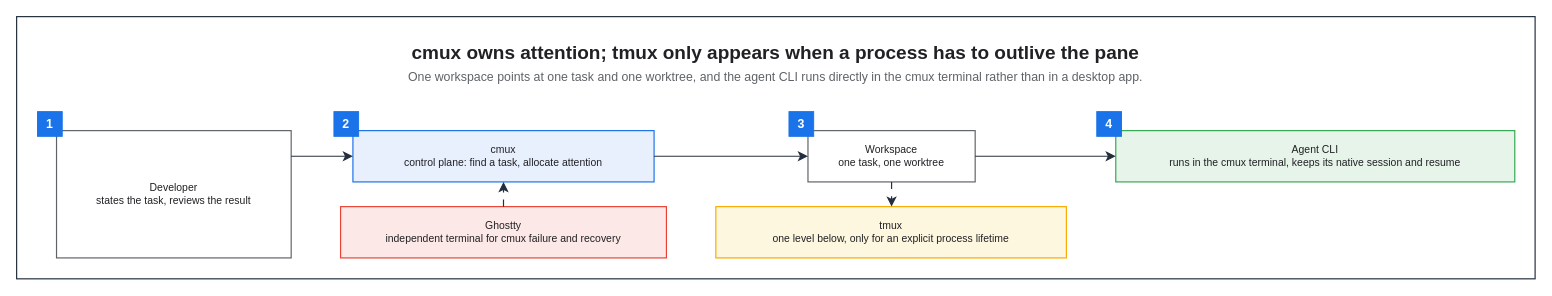
This is assets/img/ai/agentic-development-workspace.drawio from KKamJi98/kkamji98.github.io, a draw.io file, before an edit. Source tidied: cells renumbered, new cells numbered last; positions are measured from the earlier drawing's top-left corner, leaving out a move shared by most shapes. Both pictures are drawn from the tidied source at 95%, with x=0, y=0 at pixel (16, 16).
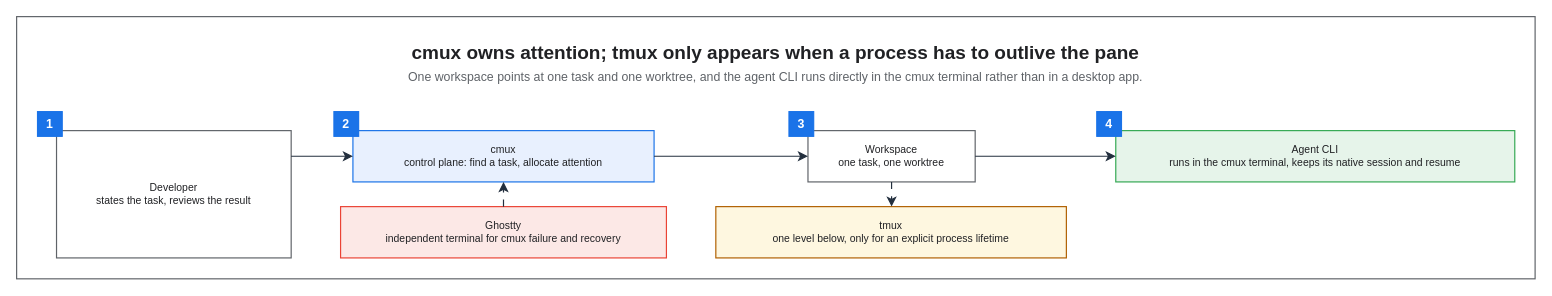
The same diagram, later.

What changed in the source:
```diff
@@
 <mxGraphModel background="#FFFFFF">
   <root>
     <mxCell id="0" />
     <mxCell id="1" parent="0" />
-    <mxCell id="2" style="rounded=0;html=0;fillColor=none;strokeColor=#232F3E;fontColor=#202124;strokeWidth=1.25;" parent="1" vertex="1">
+    <mxCell id="2" style="rounded=0;html=0;fillColor=none;strokeColor=#5F6368;fontColor=#202124;strokeWidth=1.25;" parent="1" vertex="1">
       <mxGeometry width="1598.4" height="276" as="geometry" />
     </mxCell>
     <mxCell id="3" value="cmux owns attention; tmux only appears when a process has to outlive the pane" style="text;html=0;whiteSpace=wrap;fillColor=none;strokeColor=none;fontColor=#202124;fontSize=20;fontStyle=1;align=center;verticalAlign=middle;" parent="1" vertex="1">
       <mxGeometry x="22" y="22" width="1554.4" height="30" as="geometry" />
     </mxCell>
     <mxCell id="4" value="One workspace points at one task and one worktree, and the agent CLI runs directly in the cmux terminal rather than in a desktop app." style="text;html=0;whiteSpace=wrap;fillColor=none;strokeColor=none;fontColor=#5F6368;fontSize=13;fontStyle=0;align=center;verticalAlign=middle;" parent="1" vertex="1">
       <mxGeometry x="22" y="52" width="1554.4" height="22" as="geometry" />
     </mxCell>
     <mxCell id="5" value="Developer&#10;states the task, reviews the result" style="rounded=0;whiteSpace=wrap;html=0;fillColor=#FFFFFF;strokeColor=#5F6368;fontColor=#202124;fontSize=11;fontStyle=0;align=center;verticalAlign=middle;spacingLeft=6;spacingRight=6;strokeWidth=1.25;" parent="1" vertex="1">
       <mxGeometry x="42" y="120" width="247" height="134" as="geometry" />
     </mxCell>
     <mxCell id="6" value="cmux&#10;control plane: find a task, allocate attention" style="rounded=0;whiteSpace=wrap;html=0;fillColor=#E8F0FE;strokeColor=#1A73E8;fontColor=#202124;fontSize=11;fontStyle=0;align=center;verticalAlign=middle;spacingLeft=6;spacingRight=6;strokeWidth=1.25;" parent="1" vertex="1">
       <mxGeometry x="354" y="120" width="317" height="54" as="geometry" />
     </mxCell>
     <mxCell id="7" value="Workspace&#10;one task, one worktree" style="rounded=0;whiteSpace=wrap;html=0;fillColor=#FFFFFF;strokeColor=#5F6368;fontColor=#202124;fontSize=11;fontStyle=0;align=center;verticalAlign=middle;spacingLeft=6;spacingRight=6;strokeWidth=1.25;" parent="1" vertex="1">
       <mxGeometry x="833" y="120" width="176" height="54" as="geometry" />
     </mxCell>
     <mxCell id="8" value="Agent CLI&#10;runs in the cmux terminal, keeps its native session and resume" style="rounded=0;whiteSpace=wrap;html=0;fillColor=#E6F4EA;strokeColor=#34A853;fontColor=#202124;fontSize=11;fontStyle=0;align=center;verticalAlign=middle;spacingLeft=6;spacingRight=6;strokeWidth=1.25;" parent="1" vertex="1">
       <mxGeometry x="1157" y="120" width="420" height="54" as="geometry" />
     </mxCell>
-    <mxCell id="9" value="tmux&#10;one level below, only for an explicit process lifetime" style="rounded=0;whiteSpace=wrap;html=0;fillColor=#FEF7E0;strokeColor=#F9AB00;fontColor=#202124;fontSize=11;fontStyle=0;align=center;verticalAlign=middle;spacingLeft=6;spacingRight=6;strokeWidth=1.25;" parent="1" vertex="1">
+    <mxCell id="9" value="tmux&#10;one level below, only for an explicit process lifetime" style="rounded=0;whiteSpace=wrap;html=0;fillColor=#FEF7E0;strokeColor=#B06000;fontColor=#202124;fontSize=11;fontStyle=0;align=center;verticalAlign=middle;spacingLeft=6;spacingRight=6;strokeWidth=1.25;" parent="1" vertex="1">
       <mxGeometry x="736" y="200" width="369" height="54" as="geometry" />
     </mxCell>
     <mxCell id="10" value="Ghostty&#10;independent terminal for cmux failure and recovery" style="rounded=0;whiteSpace=wrap;html=0;fillColor=#FCE8E6;strokeColor=#EA4335;fontColor=#202124;fontSize=11;fontStyle=0;align=center;verticalAlign=middle;spacingLeft=6;spacingRight=6;strokeWidth=1.25;" parent="1" vertex="1">
       <mxGeometry x="341" y="200" width="343" height="54" as="geometry" />
     </mxCell>
-    <mxCell id="11" value="1" style="rounded=0;whiteSpace=wrap;html=0;fillColor=#1A73E8;strokeColor=#1A73E8;fontColor=#FFFFFF;fontSize=13;fontStyle=1;align=center;verticalAlign=middle;" parent="1" vertex="1">
+    <mxCell id="11" value="1" style="rounded=0;whiteSpace=wrap;html=0;fillColor=#1A73E8;strokeColor=#1A73E8;fontColor=#FFFFFF;fontSize=13;fontStyle=1;align=center;verticalAlign=middle;strokeWidth=1.25;" parent="1" vertex="1">
       <mxGeometry x="22" y="100" width="26" height="26" as="geometry" />
     </mxCell>
-    <mxCell id="12" value="2" style="rounded=0;whiteSpace=wrap;html=0;fillColor=#1A73E8;strokeColor=#1A73E8;fontColor=#FFFFFF;fontSize=13;fontStyle=1;align=center;verticalAlign=middle;" parent="1" vertex="1">
+    <mxCell id="12" value="2" style="rounded=0;whiteSpace=wrap;html=0;fillColor=#1A73E8;strokeColor=#1A73E8;fontColor=#FFFFFF;fontSize=13;fontStyle=1;align=center;verticalAlign=middle;strokeWidth=1.25;" parent="1" vertex="1">
       <mxGeometry x="334" y="100" width="26" height="26" as="geometry" />
     </mxCell>
-    <mxCell id="13" value="3" style="rounded=0;whiteSpace=wrap;html=0;fillColor=#1A73E8;strokeColor=#1A73E8;fontColor=#FFFFFF;fontSize=13;fontStyle=1;align=center;verticalAlign=middle;" parent="1" vertex="1">
+    <mxCell id="13" value="3" style="rounded=0;whiteSpace=wrap;html=0;fillColor=#1A73E8;strokeColor=#1A73E8;fontColor=#FFFFFF;fontSize=13;fontStyle=1;align=center;verticalAlign=middle;strokeWidth=1.25;" parent="1" vertex="1">
       <mxGeometry x="813" y="100" width="26" height="26" as="geometry" />
     </mxCell>
-    <mxCell id="14" value="4" style="rounded=0;whiteSpace=wrap;html=0;fillColor=#1A73E8;strokeColor=#1A73E8;fontColor=#FFFFFF;fontSize=13;fontStyle=1;align=center;verticalAlign=middle;" parent="1" vertex="1">
+    <mxCell id="14" value="4" style="rounded=0;whiteSpace=wrap;html=0;fillColor=#1A73E8;strokeColor=#1A73E8;fontColor=#FFFFFF;fontSize=13;fontStyle=1;align=center;verticalAlign=middle;strokeWidth=1.25;" parent="1" vertex="1">
       <mxGeometry x="1137" y="100" width="26" height="26" as="geometry" />
     </mxCell>
     <mxCell id="15" style="edgeStyle=orthogonalEdgeStyle;rounded=0;html=0;strokeColor=#232F3E;strokeWidth=1.25;endArrow=classic;endFill=1;endSize=7;fontSize=11;fontColor=#202124;labelBackgroundColor=none;jettySize=14;exitX=1;exitY=0.2015;entryX=0;entryY=0.5;exitDx=0;exitDy=0;entryDx=0;entryDy=0;" parent="1" edge="1" source="5" target="6">
       <mxGeometry relative="1" as="geometry" />
     </mxCell>
     <mxCell id="16" style="edgeStyle=orthogonalEdgeStyle;rounded=0;html=0;strokeColor=#232F3E;strokeWidth=1.25;endArrow=classic;endFill=1;endSize=7;fontSize=11;fontColor=#202124;labelBackgroundColor=none;jettySize=14;exitX=1;exitY=0.5;entryX=0;entryY=0.5;exitDx=0;exitDy=0;entryDx=0;entryDy=0;" parent="1" edge="1" source="6" target="7">
       <mxGeometry relative="1" as="geometry" />
     </mxCell>
     <mxCell id="17" style="edgeStyle=orthogonalEdgeStyle;rounded=0;html=0;strokeColor=#232F3E;strokeWidth=1.25;endArrow=classic;endFill=1;endSize=7;fontSize=11;fontColor=#202124;labelBackgroundColor=none;jettySize=14;exitX=1;exitY=0.5;entryX=0;entryY=0.5;exitDx=0;exitDy=0;entryDx=0;entryDy=0;" parent="1" edge="1" source="7" target="8">
       <mxGeometry relative="1" as="geometry" />
     </mxCell>
     <mxCell id="18" style="edgeStyle=orthogonalEdgeStyle;rounded=0;html=0;strokeColor=#232F3E;strokeWidth=1.25;endArrow=classic;endFill=1;endSize=7;fontSize=11;fontColor=#202124;labelBackgroundColor=none;jettySize=14;dashed=1;dashPattern=6 6;exitX=0.5;exitY=1;entryX=0.5014;entryY=0;exitDx=0;exitDy=0;entryDx=0;entryDy=0;" parent="1" edge="1" source="7" target="9">
       <mxGeometry relative="1" as="geometry" />
     </mxCell>
     <mxCell id="19" style="edgeStyle=orthogonalEdgeStyle;rounded=0;html=0;strokeColor=#232F3E;strokeWidth=1.25;endArrow=classic;endFill=1;endSize=7;fontSize=11;fontColor=#202124;labelBackgroundColor=none;jettySize=14;dashed=1;dashPattern=6 6;exitX=0.5;exitY=0;entryX=0.5;entryY=1;exitDx=0;exitDy=0;entryDx=0;entryDy=0;" parent="1" edge="1" source="10" target="6">
       <mxGeometry relative="1" as="geometry" />
     </mxCell>
   </root>
 </mxGraphModel>
```
